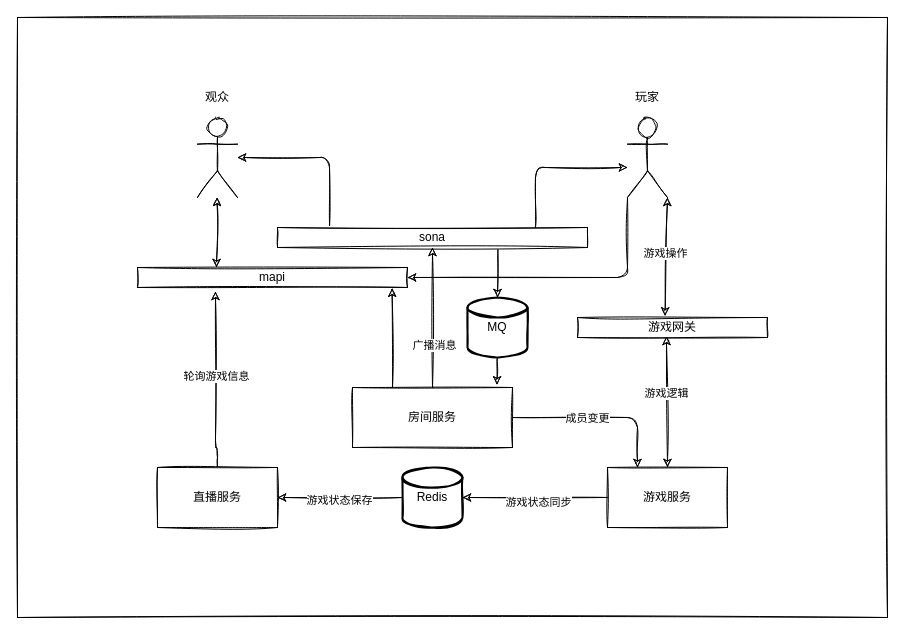
Earlier version of the draw.io diagram src/Untitled Diagram.drawio (qinzhewudao/LearnJavaProject). Source tidied: cells renumbered, new cells numbered last; positions are measured from the earlier drawing's top-left corner, leaving out a move shared by most shapes. Both pictures are drawn from the tidied source at 100%, with x=0, y=0 at pixel (17, 17).
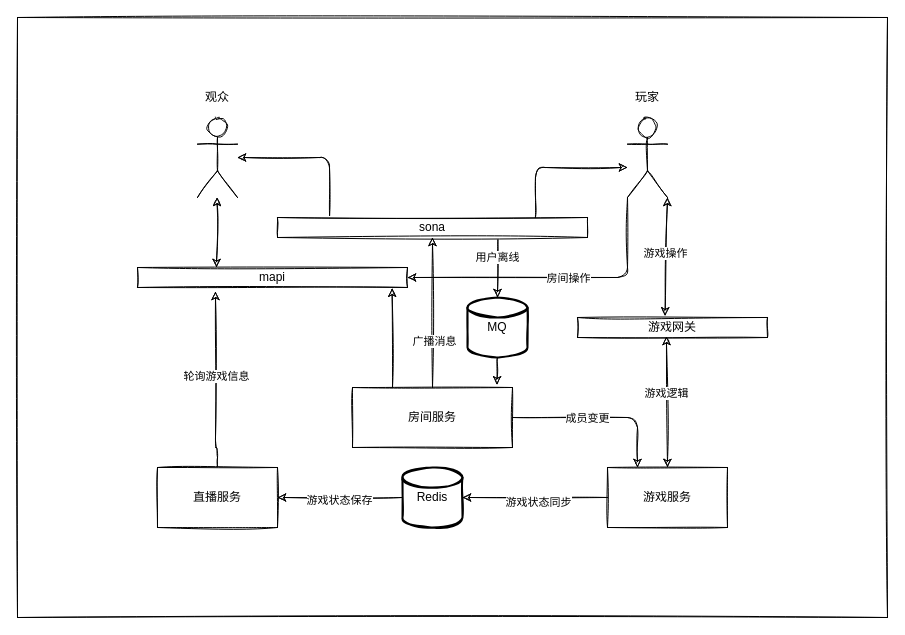
The same diagram, later.

The change refers to these unchanged cells:
```xml
<mxCell id="25" style="endArrow=classic;html=1;labelBackgroundColor=none;exitX=0;exitY=1;exitDx=0;exitDy=0;exitPerimeter=0;entryX=1;entryY=0.5;entryDx=0;entryDy=0;sketch=1;" parent="1" edge="1" source="5" target="3">
  <mxGeometry relative="1" as="geometry">
    <Array as="points">
      <mxPoint x="610" y="260" />
    </Array>
  </mxGeometry>
</mxCell>
<mxCell id="29" style="endArrow=classic;html=1;entryX=0.5;entryY=0;entryDx=0;entryDy=0;entryPerimeter=0;sketch=1;exitX=0.711;exitY=1.117;exitDx=0;exitDy=0;exitPerimeter=0;" parent="1" edge="1" source="12" target="28">
  <mxGeometry relative="1" as="geometry" />
</mxCell>
```

Change to the diagram source:
```diff
@@
     <mxCell id="12" value="sona" style="whiteSpace=wrap;html=1;arcSize=50;labelBackgroundColor=none;sketch=1;" parent="1" vertex="1">
-      <mxGeometry x="260" y="210" width="310" height="20" as="geometry" />
+      <mxGeometry x="260" y="200" width="310" height="20" as="geometry" />
     </mxCell>
@@
+    <mxCell id="36" value="房间操作" style="edgeLabel;html=1;align=center;verticalAlign=middle;" parent="25" vertex="1">
+      <mxGeometry x="-0.07" relative="1" as="geometry" />
+    </mxCell>
@@
+    <mxCell id="37" value="用户离线" style="edgeLabel;html=1;align=center;verticalAlign=middle;" parent="29" vertex="1">
+      <mxGeometry x="-0.41" y="-1" relative="1" as="geometry" />
+    </mxCell>
```
